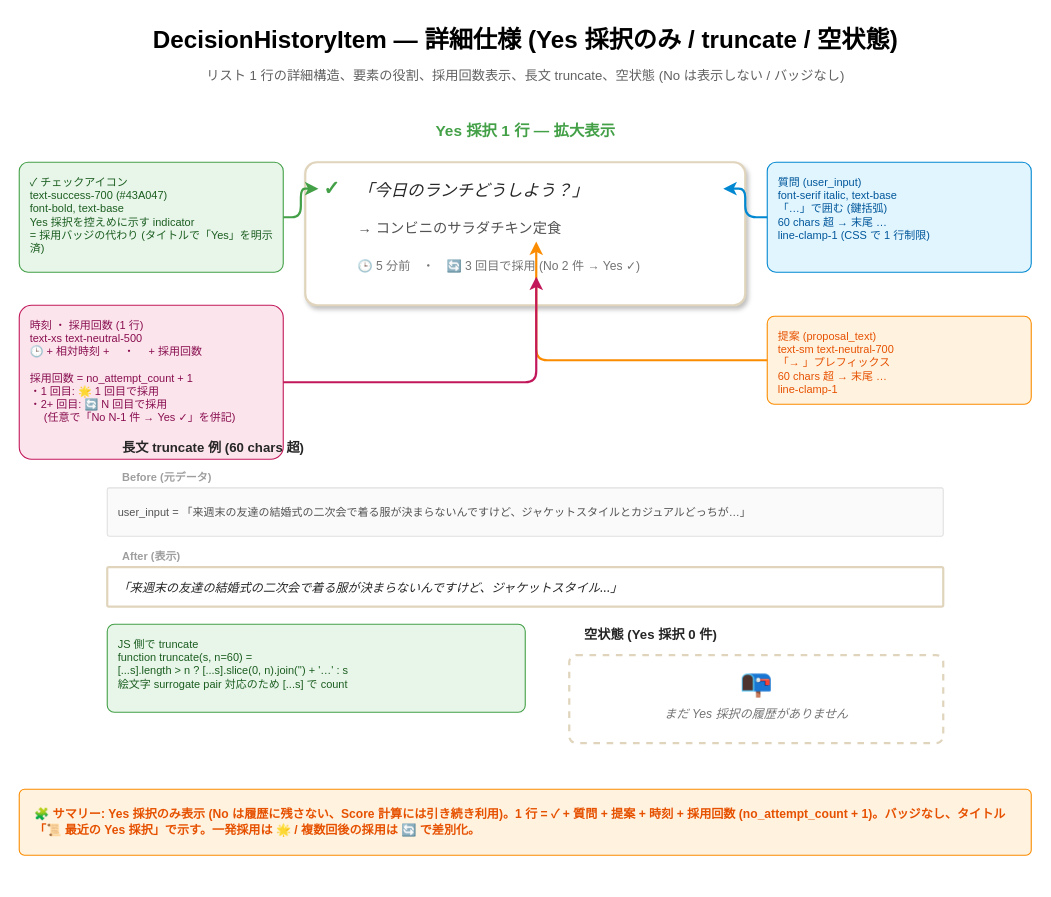
y-morimatsu/yes-man keeps this draw.io diagram as page "02_DecisionHistoryItem_Detail" (2 of 2) of docs/superpowers/specs/diagrams/2026-05-22-score-decision-history-screens.drawio. Above is the earlier version. Source tidied: cells renumbered, new cells numbered last; positions are measured from the earlier drawing's top-left corner, leaving out a move shared by most shapes. Both pictures are drawn from the tidied source at 110%, with x=0, y=0 at pixel (19, 19).
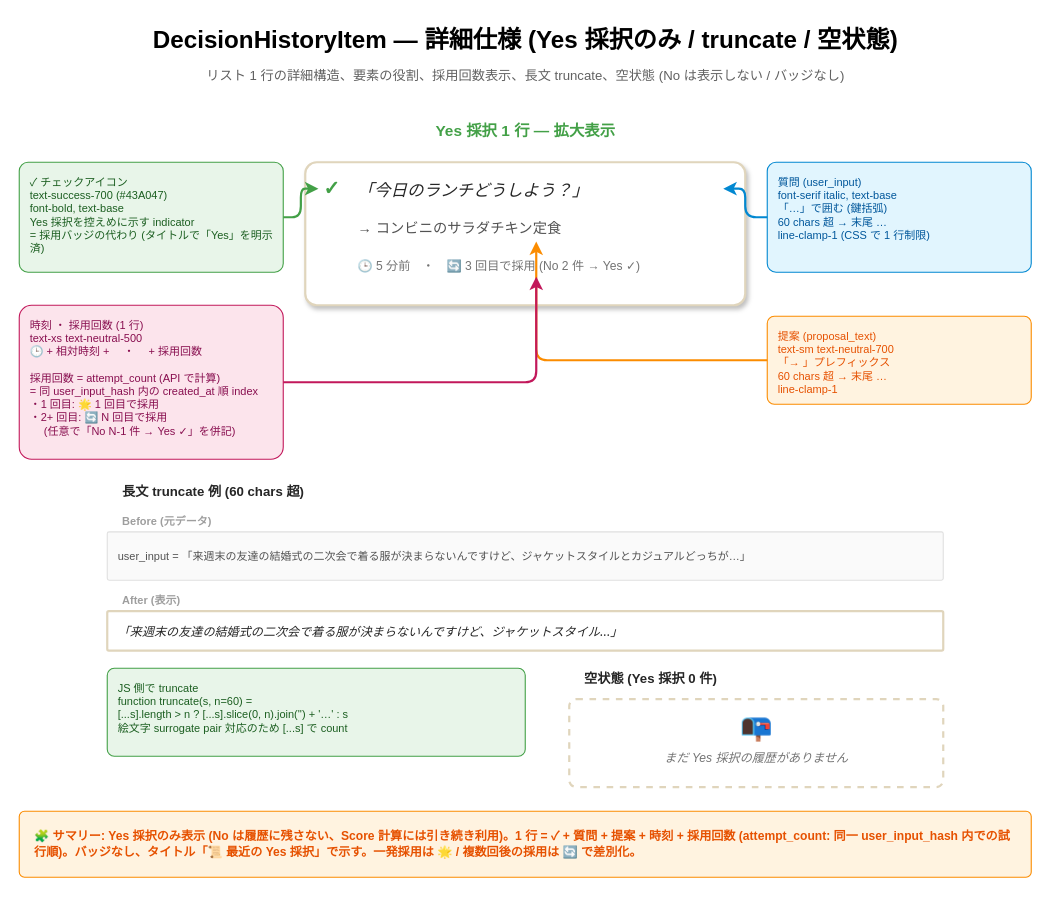
The same page after the edit.

What changed in the source:
```diff
@@
-    <mxCell id="13" value="時刻 ・ 採用回数 (1 行)&#10;text-xs text-neutral-500&#10;🕒 + 相対時刻 + 　・　 + 採用回数&#10;&#10;採用回数 = no_attempt_count + 1&#10;・1 回目: 🌟 1 回目で採用&#10;・2+ 回目: 🔄 N 回目で採用&#10;　 (任意で「No N-1 件 → Yes ✓」を併記)" style="rounded=1;whiteSpace=wrap;html=1;fillColor=#FCE4EC;strokeColor=#C2185B;fontColor=#880E4F;fontSize=10;align=left;verticalAlign=top;arcSize=8;spacingLeft=8;spacingTop=6;" parent="1" vertex="1">
+    <mxCell id="13" value="時刻 ・ 採用回数 (1 行)&#10;text-xs text-neutral-500&#10;🕒 + 相対時刻 + 　・　 + 採用回数&#10;&#10;採用回数 = attempt_count (API で計算)&#10;= 同 user_input_hash 内の created_at 順 index&#10;・1 回目: 🌟 1 回目で採用&#10;・2+ 回目: 🔄 N 回目で採用&#10;　 (任意で「No N-1 件 → Yes ✓」を併記)" style="rounded=1;whiteSpace=wrap;html=1;fillColor=#FCE4EC;strokeColor=#C2185B;fontColor=#880E4F;fontSize=10;align=left;verticalAlign=top;arcSize=8;spacingLeft=8;spacingTop=6;" parent="1" vertex="1">
       <mxGeometry y="260" width="240" height="140" as="geometry" />
     </mxCell>
@@
     <mxCell id="18" value="長文 truncate 例 (60 chars 超)" style="text;html=1;strokeColor=none;fillColor=none;align=left;verticalAlign=middle;fontSize=12;fontStyle=1;fontColor=#262626;spacingLeft=12;" parent="1" vertex="1">
-      <mxGeometry x="80" y="380" width="400" height="20" as="geometry" />
+      <mxGeometry x="80" y="420" width="400" height="20" as="geometry" />
     </mxCell>
     <mxCell id="19" value="Before (元データ)" style="text;html=1;strokeColor=none;fillColor=none;align=left;verticalAlign=middle;fontSize=10;fontStyle=1;fontColor=#9E9E9E;spacingLeft=12;" parent="1" vertex="1">
-      <mxGeometry x="80" y="408" width="400" height="16" as="geometry" />
+      <mxGeometry x="80" y="448" width="400" height="16" as="geometry" />
     </mxCell>
     <mxCell id="20" value="user_input = 「来週末の友達の結婚式の二次会で着る服が決まらないんですけど、ジャケットスタイルとカジュアルどっちが…」" style="rounded=1;whiteSpace=wrap;html=1;fillColor=#FAFAFA;strokeColor=#E0E0E0;strokeWidth=1;arcSize=4;fontSize=10;fontColor=#525252;align=left;verticalAlign=middle;spacingLeft=8;spacingRight=8;" parent="1" vertex="1">
-      <mxGeometry x="80" y="426" width="760" height="44" as="geometry" />
+      <mxGeometry x="80" y="466" width="760" height="44" as="geometry" />
     </mxCell>
     <mxCell id="21" value="After (表示)" style="text;html=1;strokeColor=none;fillColor=none;align=left;verticalAlign=middle;fontSize=10;fontStyle=1;fontColor=#9E9E9E;spacingLeft=12;" parent="1" vertex="1">
-      <mxGeometry x="80" y="480" width="400" height="16" as="geometry" />
+      <mxGeometry x="80" y="520" width="400" height="16" as="geometry" />
     </mxCell>
     <mxCell id="22" value="「来週末の友達の結婚式の二次会で着る服が決まらないんですけど、ジャケットスタイル…」" style="rounded=1;whiteSpace=wrap;html=1;fillColor=#FFFFFF;strokeColor=#E0D5BC;strokeWidth=2;arcSize=4;fontSize=11;fontStyle=2;fontColor=#262626;fontFamily=serif;align=left;verticalAlign=middle;spacingLeft=8;spacingRight=8;" parent="1" vertex="1">
-      <mxGeometry x="80" y="498" width="760" height="36" as="geometry" />
+      <mxGeometry x="80" y="538" width="760" height="36" as="geometry" />
     </mxCell>
     <mxCell id="23" value="JS 側で truncate&#10;function truncate(s, n=60) =&#10;  [...s].length &gt; n ? [...s].slice(0, n).join('') + '…' : s&#10;絵文字 surrogate pair 対応のため [...s] で count" style="rounded=1;whiteSpace=wrap;html=1;fillColor=#E8F5E9;strokeColor=#43A047;fontColor=#1B5E20;fontSize=10;align=left;verticalAlign=top;arcSize=8;spacingLeft=8;spacingTop=6;" parent="1" vertex="1">
-      <mxGeometry x="80" y="550" width="380" height="80" as="geometry" />
+      <mxGeometry x="80" y="590" width="380" height="80" as="geometry" />
     </mxCell>
     <mxCell id="24" value="空状態 (Yes 採択 0 件)" style="text;html=1;strokeColor=none;fillColor=none;align=left;verticalAlign=middle;fontSize=12;fontStyle=1;fontColor=#262626;spacingLeft=12;" parent="1" vertex="1">
-      <mxGeometry x="500" y="550" width="240" height="20" as="geometry" />
+      <mxGeometry x="500" y="590" width="240" height="20" as="geometry" />
     </mxCell>
     <mxCell id="25" style="rounded=1;whiteSpace=wrap;html=1;fillColor=#FFFFFF;strokeColor=#E0D5BC;strokeWidth=2;dashed=1;arcSize=8;" parent="1" vertex="1">
-      <mxGeometry x="500" y="578" width="340" height="80" as="geometry" />
+      <mxGeometry x="500" y="618" width="340" height="80" as="geometry" />
     </mxCell>
     <mxCell id="26" value="📭" style="text;html=1;strokeColor=none;fillColor=none;align=center;verticalAlign=middle;fontSize=24;" parent="1" vertex="1">
-      <mxGeometry x="500" y="588" width="340" height="32" as="geometry" />
+      <mxGeometry x="500" y="628" width="340" height="32" as="geometry" />
     </mxCell>
     <mxCell id="27" value="まだ Yes 採択の履歴がありません" style="text;html=1;strokeColor=none;fillColor=none;align=center;verticalAlign=middle;fontSize=11;fontStyle=2;fontColor=#737373;" parent="1" vertex="1">
-      <mxGeometry x="500" y="622" width="340" height="20" as="geometry" />
+      <mxGeometry x="500" y="662" width="340" height="20" as="geometry" />
     </mxCell>
-    <mxCell id="28" value="🧩 サマリー: Yes 採択のみ表示 (No は履歴に残さない、Score 計算には引き続き利用)。1 行 = ✓ + 質問 + 提案 + 時刻 + 採用回数 (no_attempt_count + 1)。バッジなし、タイトル「📜 最近の Yes 採択」で示す。一発採用は 🌟 / 複数回後の採用は 🔄 で差別化。" style="rounded=1;whiteSpace=wrap;html=1;fillColor=#FFF3E0;strokeColor=#FB8C00;fontColor=#E65100;fontSize=11;align=left;verticalAlign=middle;arcSize=8;spacingLeft=12;spacingRight=12;fontStyle=1;" parent="1" vertex="1">
-      <mxGeometry y="700" width="920" height="60" as="geometry" />
+    <mxCell id="28" value="🧩 サマリー: Yes 採択のみ表示 (No は履歴に残さない、Score 計算には引き続き利用)。1 行 = ✓ + 質問 + 提案 + 時刻 + 採用回数 (attempt_count: 同一 user_input_hash 内での試行順)。バッジなし、タイトル「📜 最近の Yes 採択」で示す。一発採用は 🌟 / 複数回後の採用は 🔄 で差別化。" style="rounded=1;whiteSpace=wrap;html=1;fillColor=#FFF3E0;strokeColor=#FB8C00;fontColor=#E65100;fontSize=11;align=left;verticalAlign=middle;arcSize=8;spacingLeft=12;spacingRight=12;fontStyle=1;" parent="1" vertex="1">
+      <mxGeometry y="720" width="920" height="60" as="geometry" />
     </mxCell>
```
